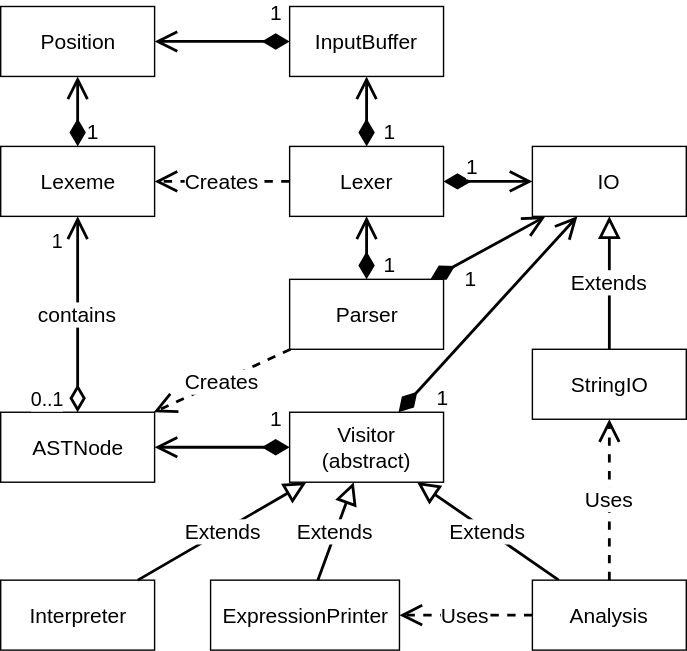
Rochet2/compilers keeps this draw.io diagram as documents/Architecture.svg. Above is the earlier version. Source tidied: cells renumbered, new cells last; positions are measured from the earlier drawing's top-left corner, leaving out a move shared by most shapes.
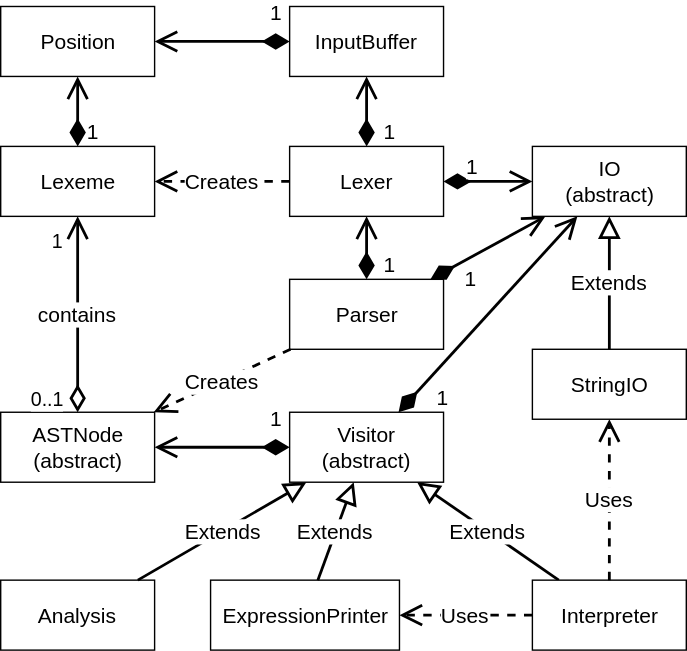
Above is the later version.

The edit, as a diff of the source:
```diff
@@ -2,7 +2,7 @@
   <root>
     <mxCell id="0" />
     <mxCell id="1" parent="0" />
-    <mxCell id="2" value="ASTNode" style="html=1;glass=0;fontSize=15;align=center;" parent="1" vertex="1">
+    <mxCell id="2" value="ASTNode&lt;br&gt;(abstract)&lt;br&gt;" style="html=1;glass=0;fontSize=15;align=center;" parent="1" vertex="1">
       <mxGeometry y="290" width="110" height="50" as="geometry" />
     </mxCell>
     <mxCell id="3" value="Position&lt;br&gt;" style="html=1;glass=0;fontSize=15;align=center;" parent="1" vertex="1">
@@ -11,10 +11,10 @@
     <mxCell id="4" value="Lexeme&lt;br&gt;" style="html=1;glass=0;fontSize=15;align=center;" parent="1" vertex="1">
       <mxGeometry y="100" width="110" height="50" as="geometry" />
     </mxCell>
-    <mxCell id="5" value="Interpreter&lt;br&gt;" style="html=1;glass=0;fontSize=15;align=center;" parent="1" vertex="1">
+    <mxCell id="5" value="Analysis&lt;br&gt;" style="html=1;glass=0;fontSize=15;align=center;" parent="1" vertex="1">
       <mxGeometry y="410" width="110" height="50" as="geometry" />
     </mxCell>
-    <mxCell id="6" value="IO&lt;br&gt;" style="html=1;glass=0;fontSize=15;align=center;" parent="1" vertex="1">
+    <mxCell id="6" value="IO&lt;br&gt;(abstract)&lt;br&gt;" style="html=1;glass=0;fontSize=15;align=center;" parent="1" vertex="1">
       <mxGeometry x="380" y="100" width="110" height="50" as="geometry" />
     </mxCell>
     <mxCell id="7" value="InputBuffer&lt;br&gt;" style="html=1;glass=0;fontSize=15;align=center;" parent="1" vertex="1">
@@ -53,7 +53,7 @@
     <mxCell id="18" value="1" style="endArrow=open;html=1;endSize=12;startArrow=diamondThin;startSize=14;startFill=1;align=left;verticalAlign=bottom;strokeWidth=2;fontSize=15;" parent="1" edge="1" source="9" target="8">
       <mxGeometry x="-1" y="-10" relative="1" as="geometry" />
     </mxCell>
-    <mxCell id="19" value="Analysis" style="html=1;glass=0;fontSize=15;align=center;" parent="1" vertex="1">
+    <mxCell id="19" value="Interpreter" style="html=1;glass=0;fontSize=15;align=center;" parent="1" vertex="1">
       <mxGeometry x="380" y="410" width="110" height="50" as="geometry" />
     </mxCell>
     <mxCell id="20" value="Creates&lt;br&gt;" style="endArrow=open;endSize=12;dashed=1;html=1;strokeWidth=2;fontSize=15;" parent="1" edge="1" source="9" target="2">
```
